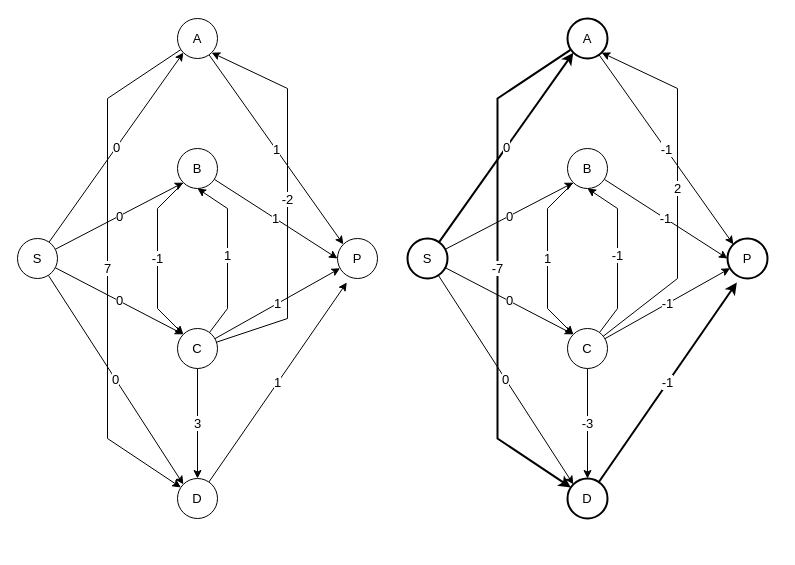
arseneRuben/MTH6405 keeps this draw.io diagram as page "Page-3" (3 of 3) of MTH6305_devoir2.drawio. Above is the earlier version. Source tidied: cells renumbered, new cells numbered last; positions are measured from the earlier drawing's top-left corner, leaving out a move shared by most shapes. Both pictures are drawn from the tidied source at 100%, with x=0, y=0 at pixel (17, 18).
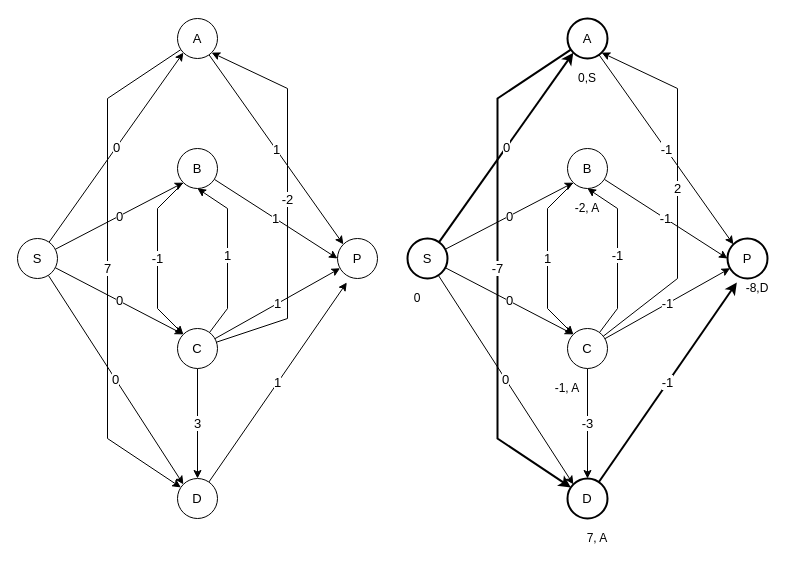
Above is the later version.

The edit, as a diff of the source:
```diff
@@
+    <mxCell id="40" value="0" style="text;html=1;strokeColor=none;fillColor=none;align=center;verticalAlign=middle;whiteSpace=wrap;rounded=0;" parent="1" vertex="1">
+      <mxGeometry x="380" y="270" width="40" height="20" as="geometry" />
+    </mxCell>
+    <mxCell id="41" value="0,S" style="text;html=1;strokeColor=none;fillColor=none;align=center;verticalAlign=middle;whiteSpace=wrap;rounded=0;" parent="1" vertex="1">
+      <mxGeometry x="550" y="50" width="40" height="20" as="geometry" />
+    </mxCell>
+    <mxCell id="42" value="-2, A" style="text;html=1;strokeColor=none;fillColor=none;align=center;verticalAlign=middle;whiteSpace=wrap;rounded=0;" parent="1" vertex="1">
+      <mxGeometry x="550" y="180" width="40" height="20" as="geometry" />
+    </mxCell>
+    <mxCell id="43" value="-1, A" style="text;html=1;strokeColor=none;fillColor=none;align=center;verticalAlign=middle;whiteSpace=wrap;rounded=0;" parent="1" vertex="1">
+      <mxGeometry x="530" y="360" width="40" height="20" as="geometry" />
+    </mxCell>
+    <mxCell id="44" value="7, A" style="text;html=1;strokeColor=none;fillColor=none;align=center;verticalAlign=middle;whiteSpace=wrap;rounded=0;" parent="1" vertex="1">
+      <mxGeometry x="560" y="510" width="40" height="20" as="geometry" />
+    </mxCell>
+    <mxCell id="45" value="-8,D" style="text;html=1;strokeColor=none;fillColor=none;align=center;verticalAlign=middle;whiteSpace=wrap;rounded=0;" parent="1" vertex="1">
+      <mxGeometry x="720" y="260" width="40" height="20" as="geometry" />
+    </mxCell>
```
